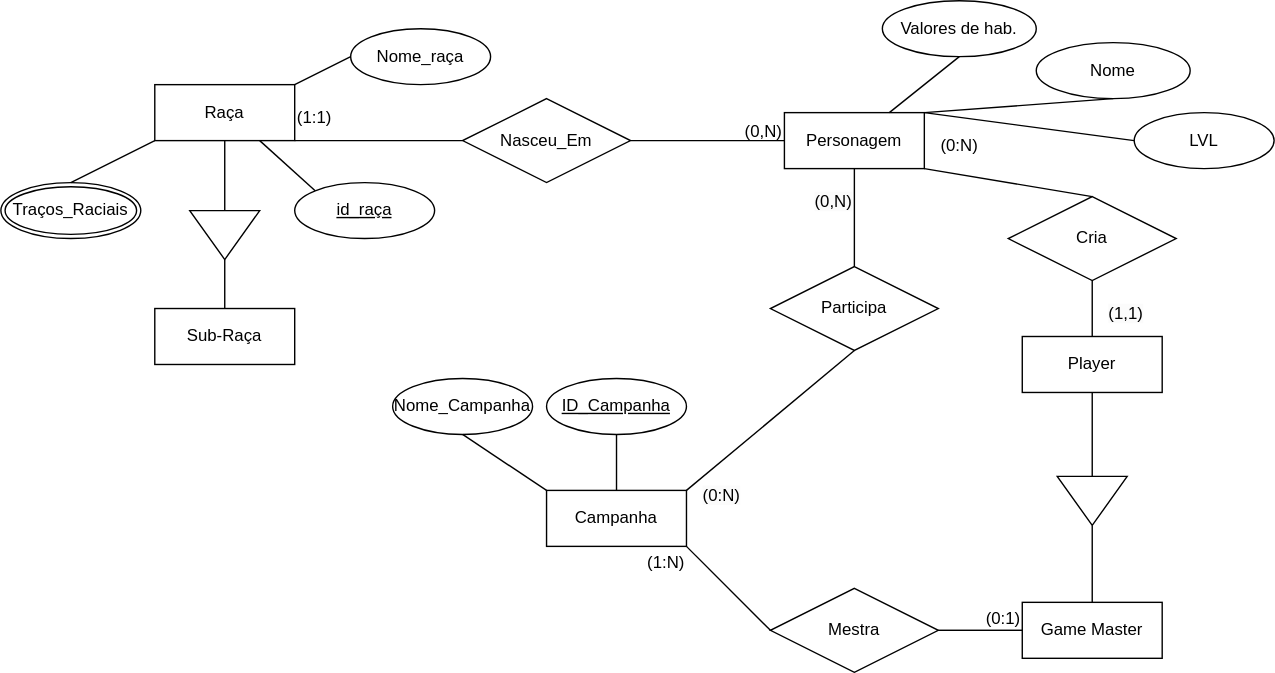
Earlier version of the draw.io export Diagrama sem nome.drawio.svg (VitorFonseca123/DnD-RPG). Source tidied: cells renumbered, new cells last; positions are measured from the earlier drawing's top-left corner, leaving out a move shared by most shapes.
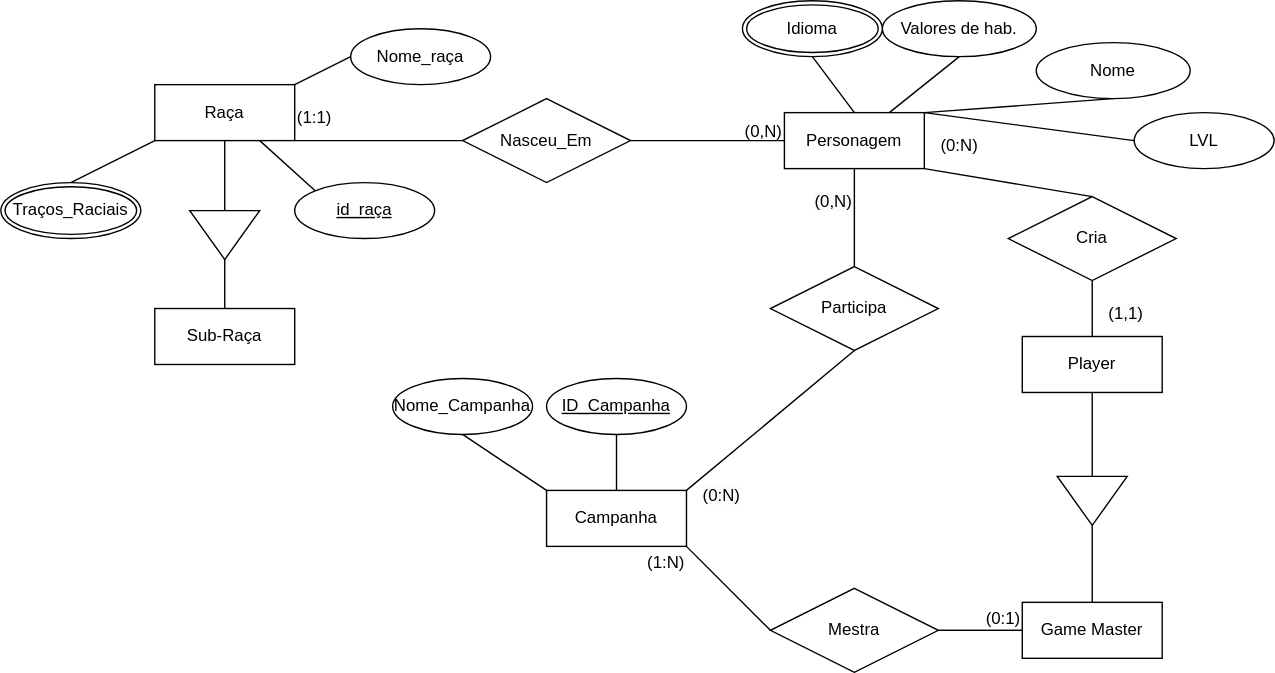
The same diagram one commit later.

Change to the diagram source:
```diff
@@ -149,5 +149,11 @@
     <mxCell id="50" style="endArrow=none;html=1;rounded=0;exitX=0.5;exitY=0;exitDx=0;exitDy=0;entryX=0;entryY=1;entryDx=0;entryDy=0;" parent="1" edge="1" source="49" target="35">
       <mxGeometry relative="1" as="geometry" />
     </mxCell>
+    <mxCell id="51" style="endArrow=none;html=1;rounded=0;exitX=0.5;exitY=1;exitDx=0;exitDy=0;entryX=0.5;entryY=0;entryDx=0;entryDy=0;" parent="1" edge="1" source="52" target="22">
+      <mxGeometry relative="1" as="geometry" />
+    </mxCell>
+    <mxCell id="52" value="Idioma" style="ellipse;shape=doubleEllipse;margin=3;whiteSpace=wrap;html=1;align=center;" parent="1" vertex="1">
+      <mxGeometry x="530" width="100" height="40" as="geometry" />
+    </mxCell>
   </root>
 </mxGraphModel>
```
